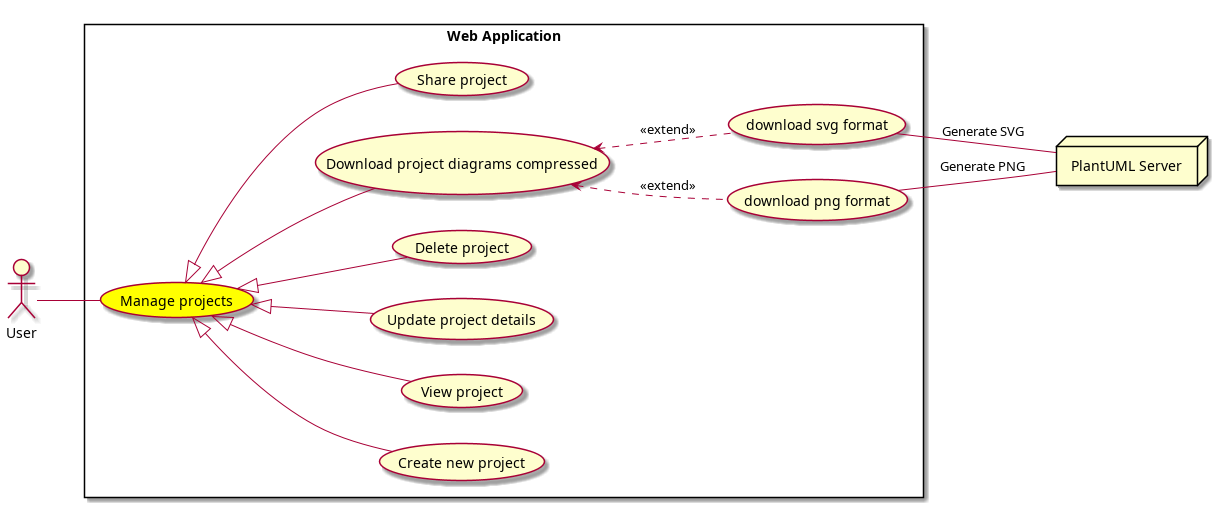
The PlantUML diagram conception/SprintIII/use_case_diagrams/refined_use_case_feature_project_management.png in souhaib-askri/report_pfe, before a commit. Its source is kept beside it as conception/SprintIII/use_case_diagrams/refined_use_case_feature_project_management.puml.
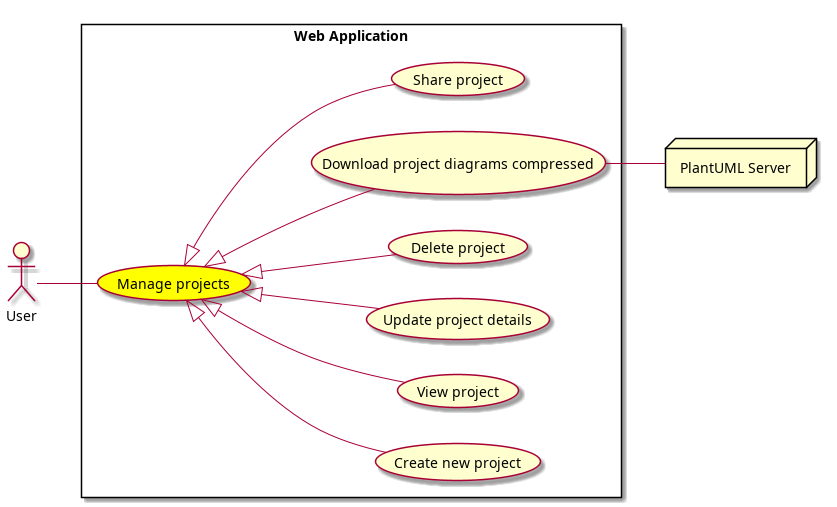
After the change.

Change to the diagram source:
```diff
@@ -13,8 +13,7 @@
     usecase "Delete project" as DeleteProject
     usecase "Download project diagrams compressed" as DownloadProjectDiagrams
     usecase "Share project" as ShareProject
-    usecase "download svg format" as DownloadSVGFormat
-    usecase "download png format" as DownloadPNGFormat
+
 }
 
 User -- ManageProjects
@@ -26,10 +25,5 @@
 ManageProjects <|-- DownloadProjectDiagrams
 ManageProjects <|-- ShareProject
 
-DownloadProjectDiagrams <.. DownloadSVGFormat : <<extend>>
-DownloadProjectDiagrams <.. DownloadPNGFormat : <<extend>>
-
-DownloadSVGFormat -- PlantUMLServer : "Generate SVG"
-DownloadPNGFormat -- PlantUMLServer : "Generate PNG"
-
+DownloadProjectDiagrams -- PlantUMLServer
 @enduml
```
